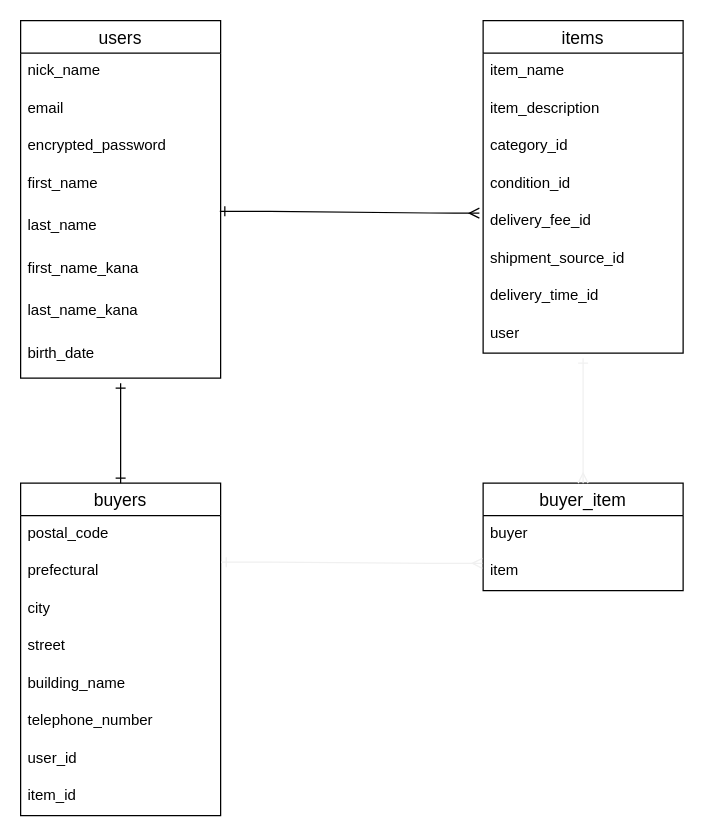
This is datebase.dio from QPtaro/furima-36694, a draw.io file, before an edit. Source tidied: cells renumbered, new cells numbered last; positions are measured from the earlier drawing's top-left corner, leaving out a move shared by most shapes. Both pictures are drawn from the tidied source at 125%, with x=0, y=0 at pixel (20, 20).
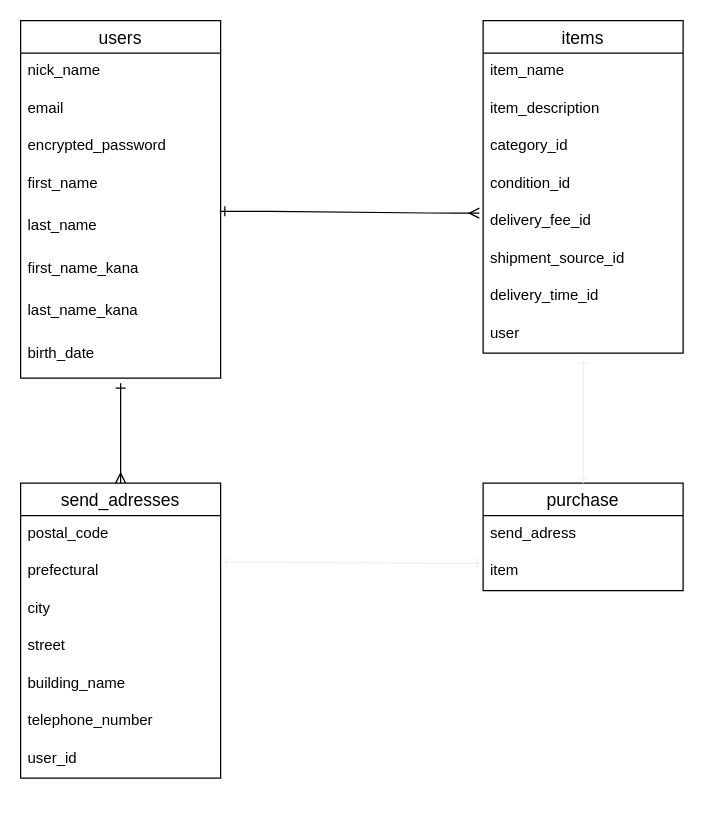
The same page after the edit.

Commit message (it also covers changes not shown here):
データベース設計修正２

Unchanged cells that the change refers to:
```xml
<mxCell id="22" value="prefectural  " style="text;strokeColor=none;fillColor=none;spacingLeft=4;spacingRight=4;overflow=hidden;points=[[0,0.5],[1,0.5]];portConstraint=eastwest;fontSize=12;" parent="20" vertex="1">
  <mxGeometry y="56" width="160" height="30" as="geometry" />
</mxCell>
<mxCell id="32" value="item" style="text;strokeColor=none;fillColor=none;spacingLeft=4;spacingRight=4;overflow=hidden;points=[[0,0.5],[1,0.5]];portConstraint=eastwest;fontSize=12;" parent="30" vertex="1">
  <mxGeometry y="56" width="160" height="30" as="geometry" />
</mxCell>
```

Change to the diagram source:
```diff
@@
-    <mxCell id="20" value="buyers" style="swimlane;fontStyle=0;horizontal=1;startSize=26;align=center;fontSize=14;" parent="1" vertex="1">
-      <mxGeometry y="370" width="160" height="266" as="geometry" />
+    <mxCell id="20" value="send_adresses" style="swimlane;fontStyle=0;horizontal=1;startSize=26;align=center;fontSize=14;" parent="1" vertex="1">
+      <mxGeometry y="370" width="160" height="236" as="geometry" />
     </mxCell>
@@
-    <mxCell id="28" value="item_id " style="text;strokeColor=none;fillColor=none;spacingLeft=4;spacingRight=4;overflow=hidden;fontSize=12;" parent="20" vertex="1">
-      <mxGeometry y="236" width="160" height="30" as="geometry" />
-    </mxCell>
@@
-    <mxCell id="30" value="buyer_item" style="swimlane;fontStyle=0;horizontal=1;startSize=26;align=center;fontSize=14;" parent="1" vertex="1">
+    <mxCell id="30" value="purchase" style="swimlane;fontStyle=0;horizontal=1;startSize=26;align=center;fontSize=14;" parent="1" vertex="1">
       <mxGeometry x="370" y="370" width="160" height="86" as="geometry" />
     </mxCell>
-    <mxCell id="31" value="buyer" style="text;strokeColor=none;fillColor=none;spacingLeft=4;spacingRight=4;overflow=hidden;fontSize=12;" parent="30" vertex="1">
+    <mxCell id="31" value="send_adress" style="text;strokeColor=none;fillColor=none;spacingLeft=4;spacingRight=4;overflow=hidden;fontSize=12;" parent="30" vertex="1">
       <mxGeometry y="26" width="160" height="30" as="geometry" />
     </mxCell>
@@
-    <mxCell id="33" style="fontSize=12;html=1;endArrow=ERone;endFill=1;exitX=0.5;exitY=0;exitDx=0;exitDy=0;startArrow=ERone;startFill=0;" parent="1" edge="1" source="20">
+    <mxCell id="33" style="fontSize=12;html=1;endArrow=ERone;endFill=0;exitX=0.5;exitY=0;exitDx=0;exitDy=0;startArrow=ERmany;startFill=0;" parent="1" edge="1" source="20">
       <mxGeometry relative="1" as="geometry">
         <mxPoint x="80" y="290" as="targetPoint" />
       </mxGeometry>
     </mxCell>
-    <mxCell id="34" style="edgeStyle=entityRelationEdgeStyle;fontSize=12;html=1;endArrow=ERmany;startArrow=ERone;strokeColor=#f0f0f0;exitX=1.003;exitY=0.24;exitDx=0;exitDy=0;exitPerimeter=0;entryX=-0.004;entryY=0.273;entryDx=0;entryDy=0;entryPerimeter=0;endFill=0;startFill=0;" parent="1" edge="1" source="22" target="32">
+    <mxCell id="34" style="edgeStyle=entityRelationEdgeStyle;fontSize=12;html=1;endArrow=ERone;startArrow=ERone;strokeColor=#f0f0f0;exitX=1.003;exitY=0.24;exitDx=0;exitDy=0;exitPerimeter=0;entryX=-0.004;entryY=0.273;entryDx=0;entryDy=0;entryPerimeter=0;endFill=0;startFill=0;" parent="1" edge="1" source="22" target="32">
       <mxGeometry relative="1" as="geometry" />
     </mxCell>
-    <mxCell id="35" style="fontSize=12;html=1;endArrow=ERmany;startArrow=ERone;strokeColor=#f0f0f0;entryX=0.5;entryY=0;entryDx=0;entryDy=0;endFill=0;startFill=0;" parent="1" edge="1" target="30">
+    <mxCell id="35" style="fontSize=12;html=1;endArrow=ERone;startArrow=ERone;strokeColor=#f0f0f0;entryX=0.5;entryY=0;entryDx=0;entryDy=0;endFill=0;startFill=0;" parent="1" edge="1" target="30">
       <mxGeometry relative="1" as="geometry">
         <mxPoint x="450" y="270" as="sourcePoint" />
       </mxGeometry>
     </mxCell>
```
